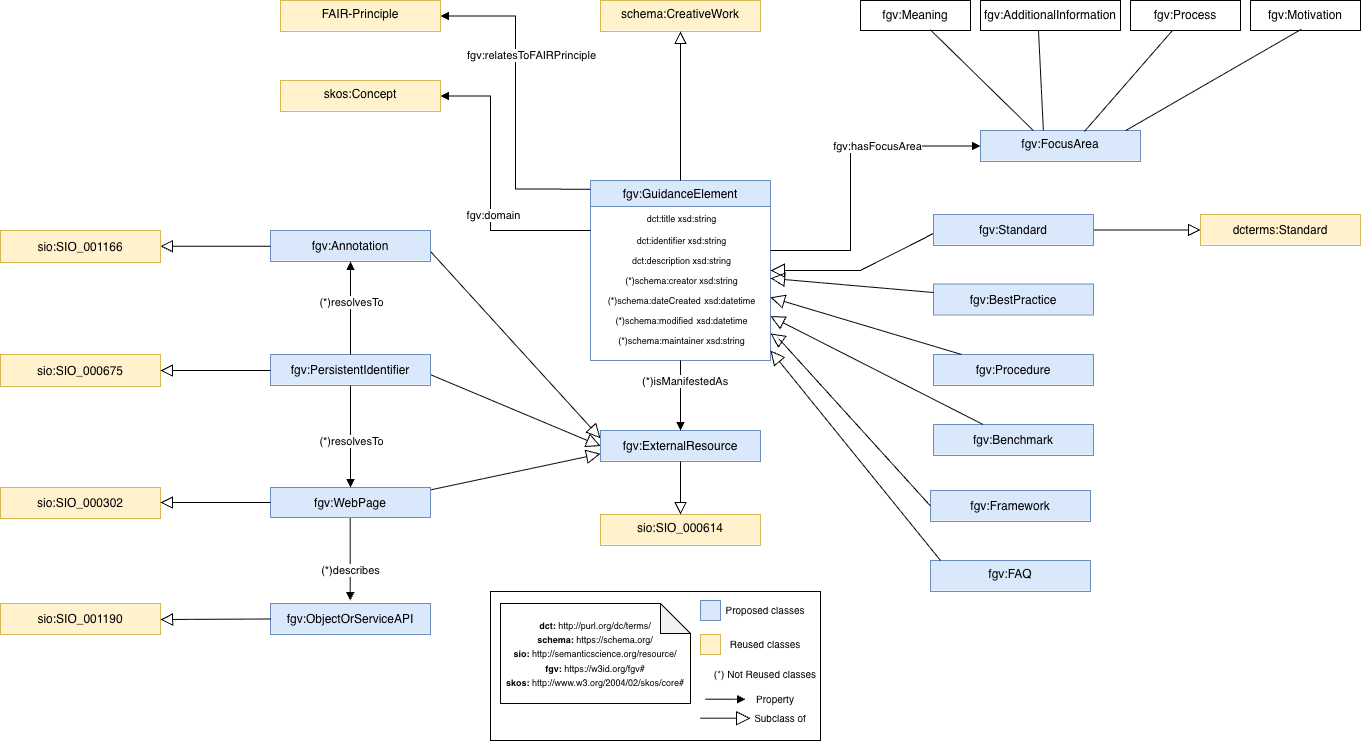
Before: release/0.1.1/img/fgv_class_v011.drawio.png, a diagram exported from draw.io (OSTrails/FAIR-Guidance-Vocabulary). Source tidied: cells renumbered, new cells last; positions are measured from the earlier drawing's top-left corner, leaving out a move shared by most shapes.
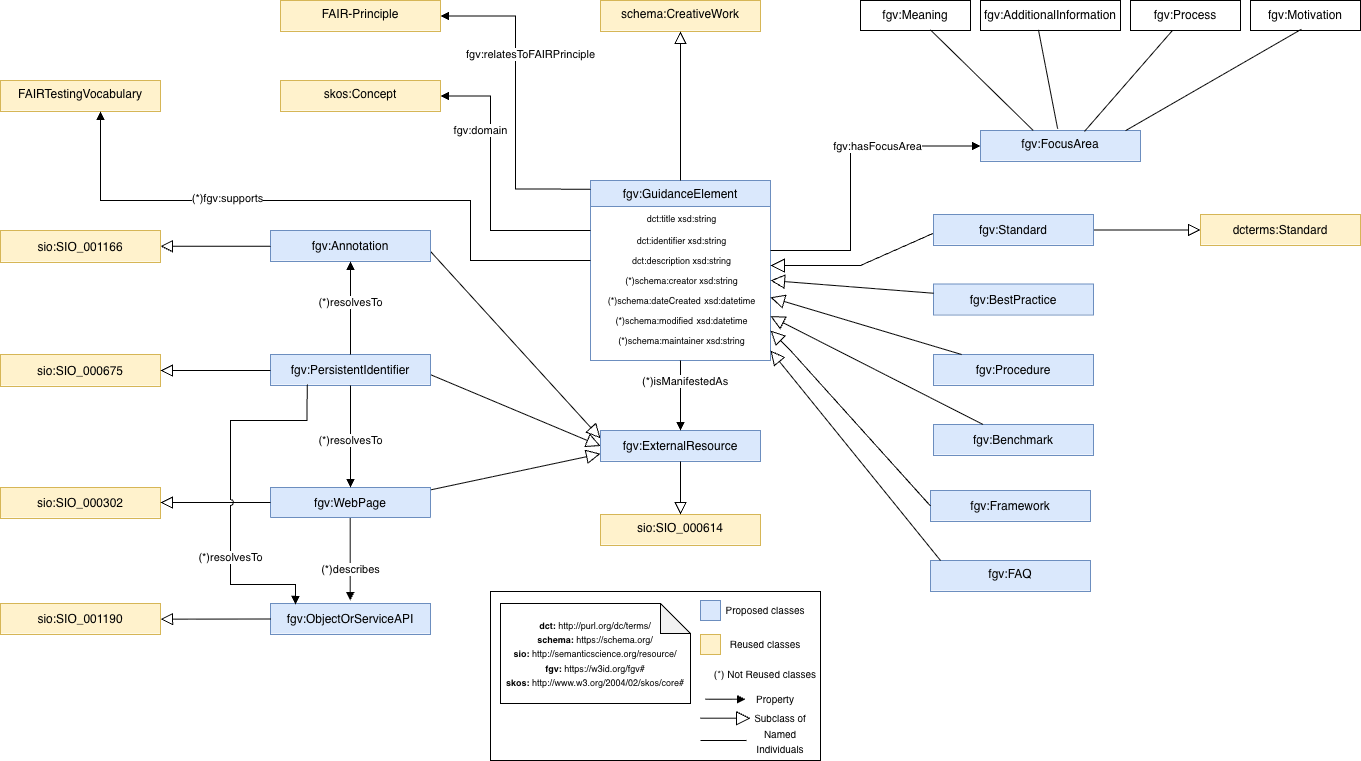
After the commit.

Commit message:
class diagram v011 updated

Change to the diagram source:
```diff
@@ -120,7 +120,7 @@
     <mxCell id="38" style="endArrow=block;endSize=10;endFill=0;shadow=0;strokeWidth=1;rounded=0;curved=0;edgeStyle=elbowEdgeStyle;elbow=vertical;entryDx=0;entryDy=0;exitDx=0;exitDy=0;" parent="1" edge="1" source="28" target="36">
       <mxGeometry relative="1" as="geometry" />
     </mxCell>
-    <mxCell id="39" style="endArrow=none;html=1;rounded=0;exitX=0.414;exitY=0.98;exitDx=0;exitDy=0;exitPerimeter=0;entryX=0.393;entryY=-0.004;entryDx=0;entryDy=0;entryPerimeter=0;" parent="1" edge="1" source="31" target="25">
+    <mxCell id="39" style="endArrow=none;html=1;rounded=0;exitX=0.414;exitY=0.98;exitDx=0;exitDy=0;exitPerimeter=0;entryX=0.482;entryY=-0.058;entryDx=0;entryDy=0;entryPerimeter=0;" parent="1" edge="1" source="31" target="25">
       <mxGeometry relative="1" as="geometry" />
     </mxCell>
     <mxCell id="40" style="endArrow=none;html=1;rounded=0;exitX=0.462;exitY=0.96;exitDx=0;exitDy=0;exitPerimeter=0;entryX=0.907;entryY=0.004;entryDx=0;entryDy=0;entryPerimeter=0;" parent="1" edge="1" source="32" target="25">
@@ -181,7 +181,9 @@
       </mxGeometry>
     </mxCell>
     <mxCell id="53" value="fgv:domain" style="edgeLabel;html=1;align=center;verticalAlign=middle;" parent="52" vertex="1">
-      <mxGeometry x="-0.18" y="-2" relative="1" as="geometry" />
+      <mxGeometry x="-0.18" y="-2" relative="1" as="geometry">
+        <mxPoint x="-12" y="-84" as="offset" />
+      </mxGeometry>
     </mxCell>
     <mxCell id="54" style="endArrow=block;endSize=10;endFill=0;shadow=0;strokeWidth=1;rounded=0;curved=0;edgeStyle=elbowEdgeStyle;elbow=vertical;entryX=0.5;entryY=0;entryDx=0;entryDy=0;exitX=0.5;exitY=1;exitDx=0;exitDy=0;" parent="1" edge="1" source="29" target="42">
       <mxGeometry relative="1" as="geometry" />
@@ -216,29 +218,29 @@
     <mxCell id="62" value="fgv:BestPractice" style="swimlane;fontStyle=0;align=center;verticalAlign=middle;horizontal=1;startSize=30;rounded=0;shadow=0;strokeWidth=1;fillColor=#dae8fc;strokeColor=#6c8ebf;swimlaneLine=0;" parent="1" vertex="1">
       <mxGeometry x="933" y="283.5" width="160" height="31" as="geometry" />
     </mxCell>
-    <mxCell id="63" style="endArrow=block;endFill=0;endSize=12;html=1;rounded=0;exitX=0.024;exitY=0.548;exitDx=0;exitDy=0;exitPerimeter=0;" parent="1" edge="1" source="69" target="7">
+    <mxCell id="63" style="endArrow=block;endFill=0;endSize=12;html=1;rounded=0;exitX=0.024;exitY=0.548;exitDx=0;exitDy=0;exitPerimeter=0;entryX=1;entryY=0.75;entryDx=0;entryDy=0;" parent="1" edge="1" source="69" target="10">
       <mxGeometry relative="1" as="geometry">
         <Array as="points">
-          <mxPoint x="860" y="270" />
+          <mxPoint x="860" y="265" />
         </Array>
       </mxGeometry>
     </mxCell>
-    <mxCell id="64" style="endArrow=block;endFill=0;endSize=12;html=1;rounded=0;" parent="1" edge="1" source="62" target="7">
+    <mxCell id="64" style="endArrow=block;endFill=0;endSize=12;html=1;rounded=0;entryX=1;entryY=0.5;entryDx=0;entryDy=0;" parent="1" edge="1" source="62" target="11">
       <mxGeometry relative="1" as="geometry" />
     </mxCell>
     <mxCell id="65" style="endArrow=block;endFill=0;endSize=12;html=1;rounded=0;" parent="1" edge="1" source="17" target="7">
       <mxGeometry relative="1" as="geometry" />
     </mxCell>
+    <mxCell id="67" style="endArrow=block;endFill=0;endSize=12;html=1;rounded=0;exitX=0;exitY=0.5;exitDx=0;exitDy=0;strokeColor=default;entryX=1;entryY=0;entryDx=0;entryDy=0;" parent="1" edge="1" source="19" target="14">
+      <mxGeometry relative="1" as="geometry">
+        <Array as="points">
+          <mxPoint x="790" y="350" />
+        </Array>
+      </mxGeometry>
+    </mxCell>
     <mxCell id="66" style="endArrow=block;endFill=0;endSize=12;html=1;rounded=0;" parent="1" edge="1" source="18" target="7">
       <mxGeometry relative="1" as="geometry" />
     </mxCell>
-    <mxCell id="67" style="endArrow=block;endFill=0;endSize=12;html=1;rounded=0;exitX=0;exitY=0.5;exitDx=0;exitDy=0;" parent="1" edge="1" source="19" target="7">
-      <mxGeometry relative="1" as="geometry">
-        <Array as="points">
-          <mxPoint x="780" y="340" />
-        </Array>
-      </mxGeometry>
-    </mxCell>
     <mxCell id="68" style="endArrow=block;endFill=0;endSize=12;html=1;rounded=0;" parent="1" edge="1" target="7">
       <mxGeometry relative="1" as="geometry">
         <mxPoint x="940" y="560" as="sourcePoint" />
@@ -251,7 +253,7 @@
       <mxGeometry x="933" y="214" width="160" height="31" as="geometry" />
     </mxCell>
     <mxCell id="70" style="rounded=0;whiteSpace=wrap;html=1;" parent="1" vertex="1">
-      <mxGeometry x="490" y="591" width="330" height="149" as="geometry" />
+      <mxGeometry x="490" y="591" width="330" height="169" as="geometry" />
     </mxCell>
     <mxCell id="71" value="&lt;div&gt;&lt;font style=&quot;font-size: 9px;&quot;&gt;&lt;b&gt;&lt;font style=&quot;&quot;&gt;dct:&amp;nbsp;&lt;/font&gt;&lt;/b&gt;&lt;span style=&quot;background-color: transparent;&quot;&gt;http://purl.org/dc/terms/&lt;/span&gt;&lt;/font&gt;&lt;/div&gt;&lt;div&gt;&lt;font style=&quot;font-size: 9px;&quot;&gt;&lt;b style=&quot;&quot;&gt;&lt;font style=&quot;&quot;&gt;schema:&amp;nbsp;&lt;/font&gt;&lt;/b&gt;&lt;span style=&quot;background-color: transparent;&quot;&gt;https://schema.org/&lt;/span&gt;&lt;/font&gt;&lt;/div&gt;&lt;div&gt;&lt;b style=&quot;font-size: 9px;&quot;&gt;sio:&amp;nbsp;&lt;/b&gt;&lt;span style=&quot;font-size: 9px;&quot;&gt;http://semanticscience.org/resource/&lt;/span&gt;&lt;b&gt;&lt;font style=&quot;font-size: 9px;&quot;&gt;&lt;/font&gt;&lt;/b&gt;&lt;/div&gt;&lt;div&gt;&lt;b&gt;&lt;font style=&quot;font-size: 9px;&quot;&gt;fgv:&amp;nbsp;&lt;/font&gt;&lt;/b&gt;&lt;span style=&quot;background-color: transparent;&quot;&gt;&lt;font style=&quot;font-size: 9px;&quot;&gt;https://w3id.org/fgv#&lt;/font&gt;&lt;/span&gt;&lt;/div&gt;&lt;div&gt;&lt;b&gt;&lt;font style=&quot;font-size: 9px;&quot;&gt;skos:&amp;nbsp;&lt;/font&gt;&lt;/b&gt;&lt;span style=&quot;background-color: transparent;&quot;&gt;&lt;font style=&quot;font-size: 9px;&quot;&gt;http://www.w3.org/2004/02/skos/core#&lt;/font&gt;&lt;/span&gt;&lt;/div&gt;" style="shape=note;whiteSpace=wrap;html=1;backgroundOutline=1;darkOpacity=0.05;" parent="1" vertex="1">
       <mxGeometry x="500" y="603" width="190" height="100" as="geometry" />
@@ -293,5 +295,48 @@
         <mxPoint x="750" y="717.7" as="targetPoint" />
       </mxGeometry>
     </mxCell>
+    <mxCell id="81" value="&lt;span style=&quot;font-size: 10px;&quot;&gt;Named Individuals&lt;/span&gt;" style="text;html=1;whiteSpace=wrap;strokeColor=none;fillColor=none;align=center;verticalAlign=middle;rounded=0;" parent="1" vertex="1">
+      <mxGeometry x="740" y="726" width="80" height="30" as="geometry" />
+    </mxCell>
+    <mxCell id="82" style="endArrow=none;html=1;edgeStyle=orthogonalEdgeStyle;rounded=0;anchorPointDirection=0;" parent="1" edge="1">
+      <mxGeometry relative="1" as="geometry">
+        <mxPoint x="700" y="740" as="sourcePoint" />
+        <mxPoint x="746" y="740" as="targetPoint" />
+      </mxGeometry>
+    </mxCell>
+    <mxCell id="83" value="FAIRTestingVocabulary" style="swimlane;fontStyle=0;align=center;verticalAlign=top;horizontal=1;startSize=30;rounded=0;shadow=0;strokeWidth=1;fillColor=#fff2cc;strokeColor=#d6b656;swimlaneLine=0;" parent="1" vertex="1">
+      <mxGeometry y="80" width="160" height="31" as="geometry" />
+    </mxCell>
+    <mxCell id="84" style="endArrow=block;endFill=1;html=1;edgeStyle=orthogonalEdgeStyle;align=left;verticalAlign=top;rounded=0;" parent="1" edge="1" target="83">
+      <mxGeometry x="-1" relative="1" as="geometry">
+        <mxPoint x="590" y="260" as="sourcePoint" />
+        <Array as="points">
+          <mxPoint x="590" y="260" />
+          <mxPoint x="470" y="260" />
+          <mxPoint x="470" y="200" />
+          <mxPoint x="100" y="200" />
+        </Array>
+      </mxGeometry>
+    </mxCell>
+    <mxCell id="85" value="(*)fgv:supports" style="edgeLabel;html=1;align=center;verticalAlign=middle;" parent="84" vertex="1">
+      <mxGeometry x="-0.18" y="-2" relative="1" as="geometry">
+        <mxPoint x="-162" as="offset" />
+      </mxGeometry>
+    </mxCell>
+    <mxCell id="86" style="endArrow=block;endFill=1;html=1;edgeStyle=orthogonalEdgeStyle;align=left;verticalAlign=top;rounded=0;noJump=0;jumpStyle=arc;entryX=0.156;entryY=0.032;entryDx=0;entryDy=0;entryPerimeter=0;exitX=0.229;exitY=0.968;exitDx=0;exitDy=0;exitPerimeter=0;" parent="1" edge="1" source="27" target="47">
+      <mxGeometry relative="1" as="geometry">
+        <Array as="points">
+          <mxPoint x="307" y="420" />
+          <mxPoint x="230" y="420" />
+          <mxPoint x="230" y="584" />
+          <mxPoint x="295" y="584" />
+        </Array>
+      </mxGeometry>
+    </mxCell>
+    <mxCell id="87" value="(*)resolvesTo" style="edgeLabel;html=1;align=center;verticalAlign=middle;" parent="86" vertex="1">
+      <mxGeometry x="-0.34" y="1" relative="1" as="geometry">
+        <mxPoint x="-1" y="131" as="offset" />
+      </mxGeometry>
+    </mxCell>
   </root>
 </mxGraphModel>
```
